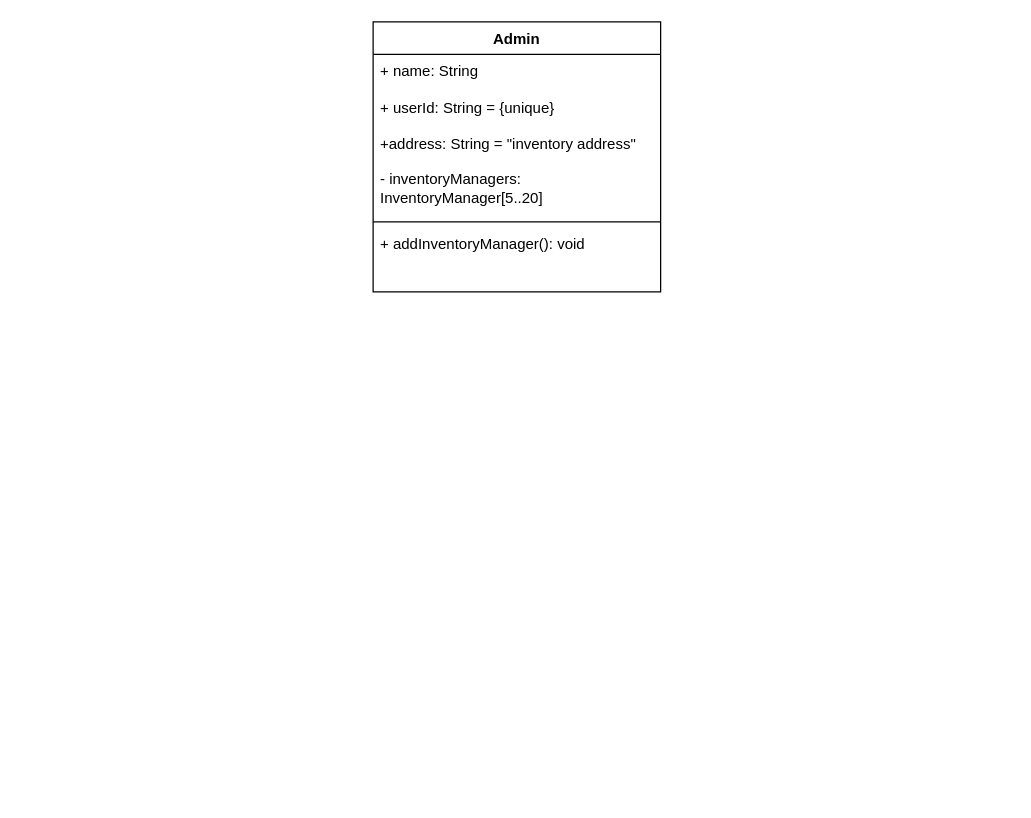
Earlier version of the draw.io diagram ClassDiagram.drawio (NehaNihar12/PGP-UMLdiagram). Source tidied: cells renumbered, new cells numbered last; positions are measured from the earlier drawing's top-left corner, leaving out a move shared by most shapes. Both pictures are drawn from the tidied source at 125%, with x=0, y=0 at pixel (372, 21).
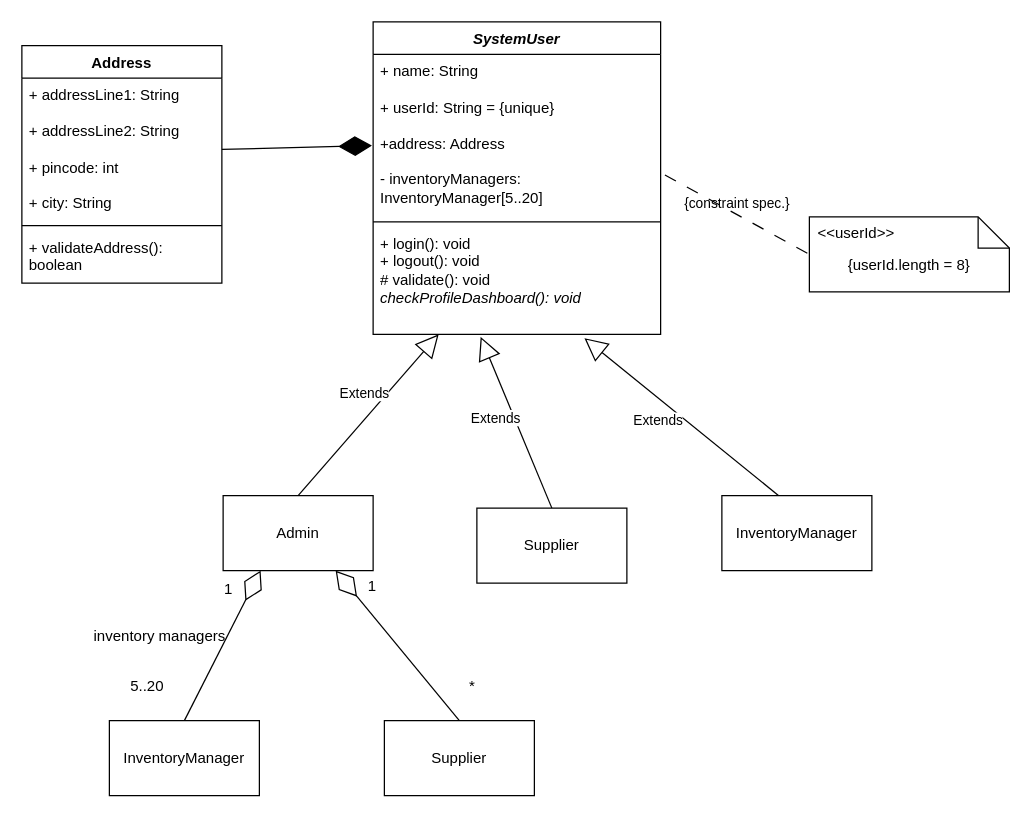
The same diagram, later.

What changed in the source:
```diff
@@
-    <mxCell id="2" value="Admin" style="swimlane;fontStyle=1;align=center;verticalAlign=top;horizontal=1;startSize=26;whiteSpace=wrap;html=1;" parent="1" vertex="1">
-      <mxGeometry width="230" height="216" as="geometry" />
+    <mxCell id="2" value="&lt;i&gt;SystemUser&lt;/i&gt;" style="swimlane;fontStyle=1;align=center;verticalAlign=top;horizontal=1;startSize=26;whiteSpace=wrap;html=1;" parent="1" vertex="1">
+      <mxGeometry width="230" height="250" as="geometry" />
     </mxCell>
-    <mxCell id="3" value="+ name: String&lt;br&gt;&lt;br&gt;+ userId: String = {unique}&lt;br&gt;&lt;br&gt;+address: String = &quot;inventory address&quot;&lt;br&gt;&lt;br&gt;- inventoryManagers: InventoryManager[5..20]" style="text;strokeColor=none;fillColor=none;align=left;verticalAlign=top;spacingLeft=4;spacingRight=4;overflow=hidden;points=[[0,0.5],[1,0.5]];portConstraint=eastwest;whiteSpace=wrap;html=1;" parent="2" vertex="1">
+    <mxCell id="3" value="+ name: String&lt;br&gt;&lt;br&gt;+ userId: String = {unique}&lt;br&gt;&lt;br&gt;+address: Address&lt;br&gt;&lt;br&gt;- inventoryManagers: InventoryManager[5..20]" style="text;strokeColor=none;fillColor=none;align=left;verticalAlign=top;spacingLeft=4;spacingRight=4;overflow=hidden;points=[[0,0.5],[1,0.5]];portConstraint=eastwest;whiteSpace=wrap;html=1;" parent="2" vertex="1">
       <mxGeometry y="26" width="230" height="130" as="geometry" />
     </mxCell>
@@
-    <mxCell id="5" value="+ addInventoryManager(): void" style="text;strokeColor=none;fillColor=none;align=left;verticalAlign=top;spacingLeft=4;spacingRight=4;overflow=hidden;points=[[0,0.5],[1,0.5]];portConstraint=eastwest;whiteSpace=wrap;html=1;" parent="2" vertex="1">
-      <mxGeometry y="164" width="230" height="52" as="geometry" />
+    <mxCell id="5" value="+ login(): void&lt;br&gt;+ logout(): void&lt;br&gt;# validate(): void&lt;br&gt;&lt;i&gt;checkProfileDashboard(): void&lt;/i&gt;" style="text;strokeColor=none;fillColor=none;align=left;verticalAlign=top;spacingLeft=4;spacingRight=4;overflow=hidden;points=[[0,0.5],[1,0.5]];portConstraint=eastwest;whiteSpace=wrap;html=1;" parent="2" vertex="1">
+      <mxGeometry y="164" width="230" height="86" as="geometry" />
     </mxCell>
+    <mxCell id="6" value="Extends" style="endArrow=block;endSize=16;endFill=0;html=1;rounded=0;entryX=0.228;entryY=1;entryDx=0;entryDy=0;entryPerimeter=0;exitX=0.5;exitY=0;exitDx=0;exitDy=0;" parent="1" edge="1" source="9" target="5">
+      <mxGeometry x="0.13" y="14" relative="1" as="geometry" />
+    </mxCell>
+    <mxCell id="7" value="Extends" style="endArrow=block;endSize=16;endFill=0;html=1;rounded=0;entryX=0.374;entryY=1.023;entryDx=0;entryDy=0;entryPerimeter=0;exitX=0.5;exitY=0;exitDx=0;exitDy=0;" parent="1" edge="1" source="10" target="5">
+      <mxGeometry x="0.13" y="14" relative="1" as="geometry" />
+    </mxCell>
+    <mxCell id="8" value="Extends" style="endArrow=block;endSize=16;endFill=0;html=1;rounded=0;entryX=0.735;entryY=1.035;entryDx=0;entryDy=0;entryPerimeter=0;exitX=0.383;exitY=0.008;exitDx=0;exitDy=0;exitPerimeter=0;" parent="1" edge="1" source="11" target="5">
+      <mxGeometry x="0.13" y="14" relative="1" as="geometry" />
+    </mxCell>
+    <mxCell id="9" value="Admin" style="rounded=0;whiteSpace=wrap;html=1;" parent="1" vertex="1">
+      <mxGeometry x="-120" y="379" width="120" height="60" as="geometry" />
+    </mxCell>
+    <mxCell id="10" value="Supplier" style="rounded=0;whiteSpace=wrap;html=1;" parent="1" vertex="1">
+      <mxGeometry x="83" y="389" width="120" height="60" as="geometry" />
+    </mxCell>
+    <mxCell id="11" value="InventoryManager" style="rounded=0;whiteSpace=wrap;html=1;" parent="1" vertex="1">
+      <mxGeometry x="279" y="379" width="120" height="60" as="geometry" />
+    </mxCell>
+    <mxCell id="12" value="Address" style="swimlane;fontStyle=1;align=center;verticalAlign=top;horizontal=1;startSize=26;whiteSpace=wrap;html=1;" parent="1" vertex="1">
+      <mxGeometry x="-281" y="19" width="160" height="190" as="geometry" />
+    </mxCell>
+    <mxCell id="13" value="+ addressLine1: String&lt;br&gt;&lt;br&gt;+ addressLine2: String&lt;br&gt;&lt;br&gt;+ pincode: int&lt;br&gt;&lt;br&gt;+ city: String" style="text;strokeColor=none;fillColor=none;align=left;verticalAlign=top;spacingLeft=4;spacingRight=4;overflow=hidden;points=[[0,0.5],[1,0.5]];portConstraint=eastwest;whiteSpace=wrap;html=1;" parent="12" vertex="1">
+      <mxGeometry y="26" width="160" height="114" as="geometry" />
+    </mxCell>
+    <mxCell id="14" style="line;strokeWidth=1;fillColor=none;align=left;verticalAlign=middle;spacingTop=-1;spacingLeft=3;spacingRight=3;labelPosition=right;strokeColor=inherit;" parent="12" vertex="1">
+      <mxGeometry y="140" width="160" height="8" as="geometry" />
+    </mxCell>
+    <mxCell id="15" value="+ validateAddress(): boolean&amp;nbsp;" style="text;strokeColor=none;fillColor=none;align=left;verticalAlign=top;spacingLeft=4;spacingRight=4;overflow=hidden;whiteSpace=wrap;html=1;" parent="12" vertex="1">
+      <mxGeometry y="148" width="160" height="42" as="geometry" />
+    </mxCell>
+    <mxCell id="16" style="endArrow=diamondThin;endFill=1;endSize=24;html=1;rounded=0;exitX=1;exitY=0.5;exitDx=0;exitDy=0;" parent="1" edge="1" source="13">
+      <mxGeometry relative="1" as="geometry">
+        <mxPoint x="-1" y="99" as="targetPoint" />
+      </mxGeometry>
+    </mxCell>
+    <mxCell id="17" value="InventoryManager" style="rounded=0;whiteSpace=wrap;html=1;" parent="1" vertex="1">
+      <mxGeometry x="-211" y="559" width="120" height="60" as="geometry" />
+    </mxCell>
+    <mxCell id="18" value="Supplier" style="rounded=0;whiteSpace=wrap;html=1;" parent="1" vertex="1">
+      <mxGeometry x="9" y="559" width="120" height="60" as="geometry" />
+    </mxCell>
+    <mxCell id="19" style="endArrow=diamondThin;endFill=0;endSize=24;html=1;rounded=0;exitX=0.5;exitY=0;exitDx=0;exitDy=0;entryX=0.25;entryY=1;entryDx=0;entryDy=0;" parent="1" edge="1" source="17" target="9">
+      <mxGeometry relative="1" as="geometry" />
+    </mxCell>
+    <mxCell id="20" style="endArrow=diamondThin;endFill=0;endSize=24;html=1;rounded=0;exitX=0.5;exitY=0;exitDx=0;exitDy=0;entryX=0.75;entryY=1;entryDx=0;entryDy=0;" parent="1" edge="1" source="18" target="9">
+      <mxGeometry relative="1" as="geometry" />
+    </mxCell>
+    <mxCell id="21" value="5..20" style="text;html=1;align=center;verticalAlign=middle;strokeColor=none;fillColor=none;" parent="1" vertex="1">
+      <mxGeometry x="-206" y="517" width="50" height="30" as="geometry" />
+    </mxCell>
+    <mxCell id="22" value="1" style="text;html=1;align=center;verticalAlign=middle;strokeColor=none;fillColor=none;" parent="1" vertex="1">
+      <mxGeometry x="-131" y="439" width="30" height="30" as="geometry" />
+    </mxCell>
+    <mxCell id="23" value="inventory managers" style="text;html=1;align=center;verticalAlign=middle;strokeColor=none;fillColor=none;" parent="1" vertex="1">
+      <mxGeometry x="-236" y="477" width="130" height="30" as="geometry" />
+    </mxCell>
+    <mxCell id="24" value="*" style="text;html=1;align=center;verticalAlign=middle;strokeColor=none;fillColor=none;" parent="1" vertex="1">
+      <mxGeometry x="64" y="517" width="30" height="30" as="geometry" />
+    </mxCell>
+    <mxCell id="25" value="1" style="text;html=1;align=center;verticalAlign=middle;strokeColor=none;fillColor=none;" parent="1" vertex="1">
+      <mxGeometry x="-16" y="437" width="30" height="30" as="geometry" />
+    </mxCell>
+    <mxCell id="26" value="{userId.length = 8}" style="shape=note2;boundedLbl=1;whiteSpace=wrap;html=1;size=25;verticalAlign=top;align=center;" parent="1" vertex="1">
+      <mxGeometry x="349" y="156" width="160" height="60" as="geometry" />
+    </mxCell>
+    <mxCell id="27" value="&lt;&lt;userId&gt;&gt;" style="strokeColor=none;fillColor=none;align=left;spacingLeft=5;" parent="26" vertex="1">
+      <mxGeometry width="160" height="25" relative="1" as="geometry" />
+    </mxCell>
+    <mxCell id="28" value="{constraint spec.}" style="endArrow=none;startArrow=none;endFill=0;startFill=0;endSize=8;html=1;verticalAlign=bottom;dashed=1;labelBackgroundColor=none;dashPattern=10 10;rounded=0;exitX=1.015;exitY=0.742;exitDx=0;exitDy=0;exitPerimeter=0;entryX=0;entryY=0.5;entryDx=0;entryDy=0;entryPerimeter=0;" parent="1" edge="1" source="3" target="26">
+      <mxGeometry relative="1" as="geometry" />
+    </mxCell>
```
